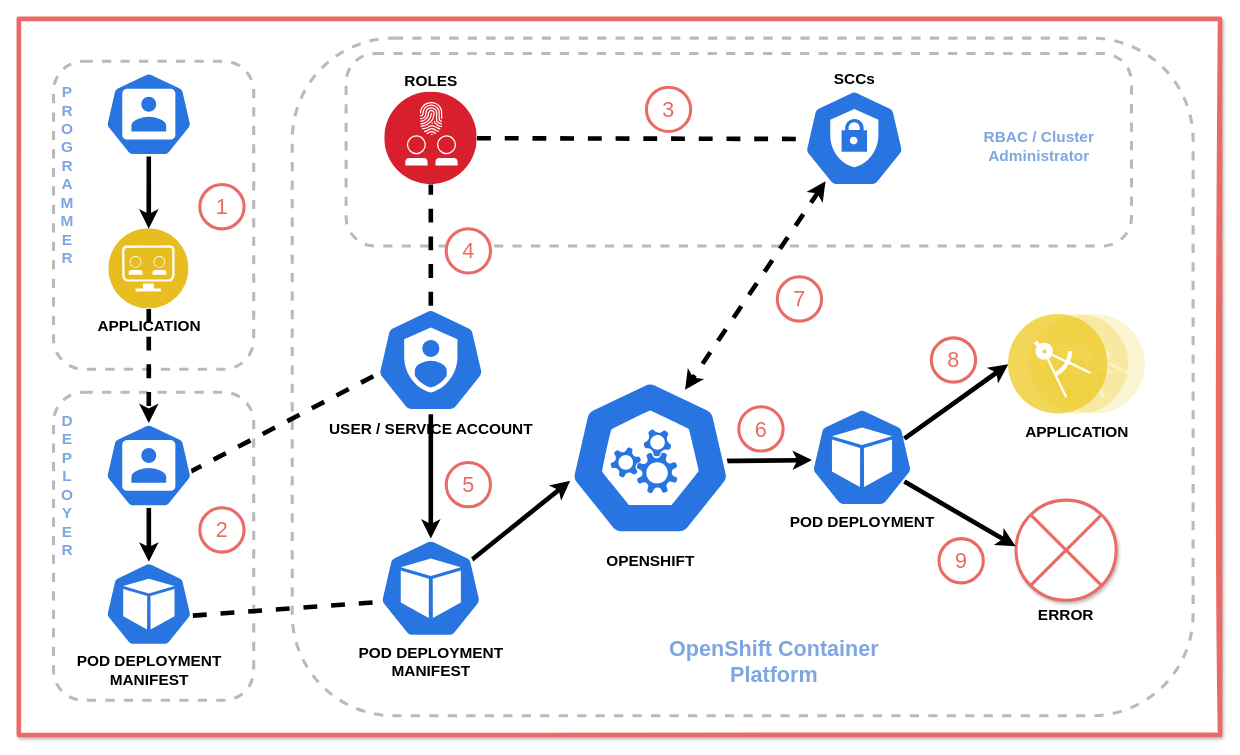
tt-isv-org/scc keeps this draw.io diagram as page "overview3" (3 of 15) of article-intro/images/detailed-flow.drawio. Above is the earlier version. Source tidied: cells renumbered, new cells numbered last; positions are measured from the earlier drawing's top-left corner, leaving out a move shared by most shapes. Both pictures are drawn from the tidied source at 77%, with x=0, y=0 at pixel (18, 18).
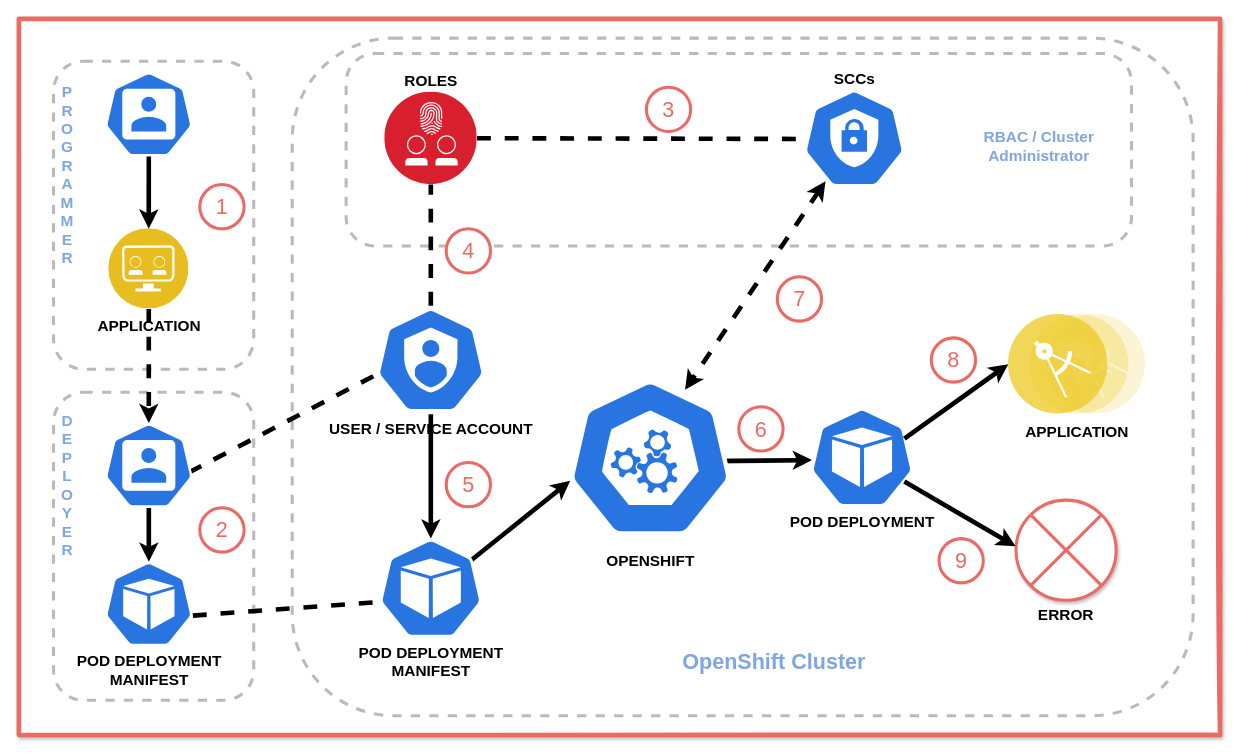
Above is the later version.

Change to the diagram source:
```diff
@@
-    <mxCell id="14" value="&lt;font&gt;&lt;b&gt;&lt;font color=&quot;#7ea6e0&quot; style=&quot;font-size: 28px&quot;&gt;OpenShift Container Platform&lt;/font&gt;&lt;br&gt;&lt;/b&gt;&lt;/font&gt;" style="text;html=1;strokeColor=none;fillColor=none;align=center;verticalAlign=middle;whiteSpace=wrap;rounded=0;" parent="1" vertex="1">
+    <mxCell id="14" value="&lt;font&gt;&lt;b&gt;&lt;font color=&quot;#7ea6e0&quot; style=&quot;font-size: 28px&quot;&gt;OpenShift Cluster&lt;/font&gt;&lt;br&gt;&lt;/b&gt;&lt;/font&gt;" style="text;html=1;strokeColor=none;fillColor=none;align=center;verticalAlign=middle;whiteSpace=wrap;rounded=0;" parent="1" vertex="1">
       <mxGeometry x="811.2" y="785" width="340" height="100" as="geometry" />
     </mxCell>
```
